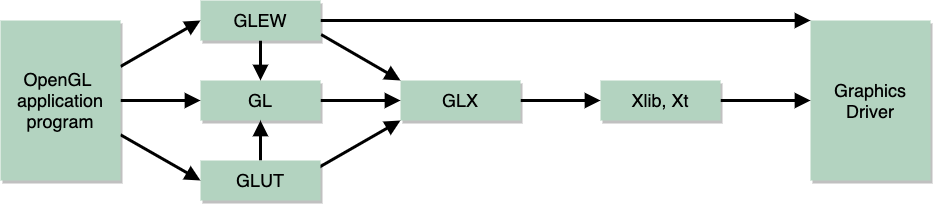
This is CourseWare/images/cg/chap02/ch02-softarch.png from liyi1003zcmu/liyi1003zcmu.github.io, a draw.io export, as it was before one commit. Source tidied: cells renumbered, new cells last; positions are measured from the earlier drawing's top-left corner, leaving out a move shared by most shapes. The source it was exported from:
```xml
<mxGraphModel>
  <root>
    <mxCell id="0" />
    <mxCell id="1" parent="0" />
    <mxCell id="2" style="jettySize=auto;html=1;entryX=1;entryY=0.5;entryDx=0;entryDy=0;fontSize=18;strokeWidth=3;endArrow=block;endFill=1;endSize=8;jumpStyle=arc;shadow=0;sketch=0;rounded=0;" parent="1" edge="1" target="9">
      <mxGeometry relative="1" as="geometry">
        <mxPoint x="120" y="66" as="sourcePoint" />
      </mxGeometry>
    </mxCell>
    <mxCell id="3" style="jettySize=auto;html=1;entryX=1;entryY=0.5;entryDx=0;entryDy=0;fontSize=18;strokeWidth=3;endArrow=block;endFill=1;endSize=8;jumpStyle=arc;shadow=0;sketch=0;rounded=0;" parent="1" edge="1" source="5" target="11">
      <mxGeometry relative="1" as="geometry" />
    </mxCell>
    <mxCell id="4" style="jettySize=auto;html=1;fontSize=18;strokeWidth=3;endArrow=block;endFill=1;endSize=8;jumpStyle=arc;shadow=0;sketch=0;rounded=0;entryX=1;entryY=0.5;entryDx=0;entryDy=0;" parent="1" edge="1" source="5" target="14">
      <mxGeometry relative="1" as="geometry" />
    </mxCell>
    <mxCell id="5" value="OpenGL &lt;br style=&quot;font-size: 18px;&quot;&gt;application&lt;br style=&quot;font-size: 18px;&quot;&gt;program" style="rounded=0;whiteSpace=wrap;html=1;fontSize=18;shadow=1;strokeColor=none;shadow_offset_x=20;shadow_offset_y=20;shadowColor=#69A583;direction=west;fillColor=#B3D3C0;" parent="1" vertex="1">
      <mxGeometry y="20" width="120" height="160" as="geometry" />
    </mxCell>
    <mxCell id="6" style="jettySize=auto;html=1;entryX=1;entryY=1;entryDx=0;entryDy=0;fontSize=18;exitX=-0.005;exitY=0.149;exitDx=0;exitDy=0;exitPerimeter=0;strokeWidth=3;endArrow=block;endFill=1;endSize=8;jumpStyle=arc;shadow=0;sketch=0;rounded=0;" parent="1" edge="1" source="9" target="16">
      <mxGeometry relative="1" as="geometry" />
    </mxCell>
    <mxCell id="7" style="jettySize=auto;html=1;entryX=1;entryY=1;entryDx=0;entryDy=0;fontSize=18;strokeWidth=3;endArrow=block;endFill=1;endSize=8;jumpStyle=arc;shadow=0;sketch=0;rounded=0;" parent="1" edge="1" source="9" target="19">
      <mxGeometry relative="1" as="geometry" />
    </mxCell>
    <mxCell id="8" style="jettySize=auto;html=1;entryX=0.5;entryY=1;entryDx=0;entryDy=0;fontSize=18;strokeWidth=3;endArrow=block;endFill=1;endSize=8;jumpStyle=arc;shadow=0;sketch=0;rounded=0;" parent="1" edge="1" source="9" target="11">
      <mxGeometry relative="1" as="geometry" />
    </mxCell>
    <mxCell id="9" value="GLEW" style="rounded=0;whiteSpace=wrap;html=1;fontSize=18;shadow=1;strokeColor=none;shadow_offset_x=20;shadow_offset_y=20;shadowColor=#69A583;direction=west;fillColor=#B3D3C0;" parent="1" vertex="1">
      <mxGeometry x="200" width="120" height="40" as="geometry" />
    </mxCell>
    <mxCell id="10" style="jettySize=auto;html=1;entryX=1;entryY=0.5;entryDx=0;entryDy=0;fontSize=18;strokeWidth=3;endArrow=block;endFill=1;endSize=8;jumpStyle=arc;shadow=0;sketch=0;rounded=0;" parent="1" edge="1" source="11" target="16">
      <mxGeometry relative="1" as="geometry" />
    </mxCell>
    <mxCell id="11" value="GL" style="rounded=0;whiteSpace=wrap;html=1;fontSize=18;shadow=1;strokeColor=none;shadow_offset_x=20;shadow_offset_y=20;shadowColor=#69A583;direction=west;fillColor=#B3D3C0;" parent="1" vertex="1">
      <mxGeometry x="200" y="80" width="120" height="40" as="geometry" />
    </mxCell>
    <mxCell id="12" style="jettySize=auto;html=1;entryX=1;entryY=0;entryDx=0;entryDy=0;fontSize=18;exitX=0.007;exitY=0.839;exitDx=0;exitDy=0;exitPerimeter=0;strokeWidth=3;endArrow=block;endFill=1;endSize=8;jumpStyle=arc;shadow=0;sketch=0;rounded=0;" parent="1" edge="1" source="14" target="16">
      <mxGeometry relative="1" as="geometry" />
    </mxCell>
    <mxCell id="13" style="jettySize=auto;html=1;entryX=0.5;entryY=0;entryDx=0;entryDy=0;fontSize=18;strokeWidth=3;endArrow=block;endFill=1;endSize=8;jumpStyle=arc;shadow=0;sketch=0;rounded=0;" parent="1" edge="1" source="14" target="11">
      <mxGeometry relative="1" as="geometry" />
    </mxCell>
    <mxCell id="14" value="GLUT" style="rounded=0;whiteSpace=wrap;html=1;fontSize=18;shadow=1;strokeColor=none;shadow_offset_x=20;shadow_offset_y=20;shadowColor=#69A583;direction=west;fillColor=#B3D3C0;" parent="1" vertex="1">
      <mxGeometry x="200" y="160" width="120" height="40" as="geometry" />
    </mxCell>
    <mxCell id="15" style="jettySize=auto;html=1;entryX=1;entryY=0.5;entryDx=0;entryDy=0;fontSize=18;strokeWidth=3;endArrow=block;endFill=1;endSize=8;jumpStyle=arc;shadow=0;sketch=0;rounded=0;" parent="1" edge="1" source="16" target="18">
      <mxGeometry relative="1" as="geometry" />
    </mxCell>
    <mxCell id="16" value="GLX" style="rounded=0;whiteSpace=wrap;html=1;fontSize=18;shadow=1;strokeColor=none;shadow_offset_x=20;shadow_offset_y=20;shadowColor=#69A583;direction=west;fillColor=#B3D3C0;" parent="1" vertex="1">
      <mxGeometry x="400" y="80" width="120" height="40" as="geometry" />
    </mxCell>
    <mxCell id="17" style="jettySize=auto;html=1;entryX=1;entryY=0.5;entryDx=0;entryDy=0;fontSize=18;strokeWidth=3;endArrow=block;endFill=1;endSize=8;jumpStyle=arc;shadow=0;sketch=0;rounded=0;" parent="1" edge="1" source="18" target="19">
      <mxGeometry relative="1" as="geometry" />
    </mxCell>
    <mxCell id="18" value="Xlib, Xt" style="rounded=0;whiteSpace=wrap;html=1;fontSize=18;shadow=1;strokeColor=none;shadow_offset_x=20;shadow_offset_y=20;shadowColor=#69A583;direction=west;fillColor=#B3D3C0;" parent="1" vertex="1">
      <mxGeometry x="600" y="80" width="120" height="40" as="geometry" />
    </mxCell>
    <mxCell id="19" value="Graphics&lt;br&gt;Driver" style="rounded=0;whiteSpace=wrap;html=1;fontSize=18;shadow=1;strokeColor=none;shadow_offset_x=20;shadow_offset_y=20;shadowColor=#69A583;direction=west;fillColor=#B3D3C0;" parent="1" vertex="1">
      <mxGeometry x="810" y="20" width="120" height="160" as="geometry" />
    </mxCell>
  </root>
</mxGraphModel>
```
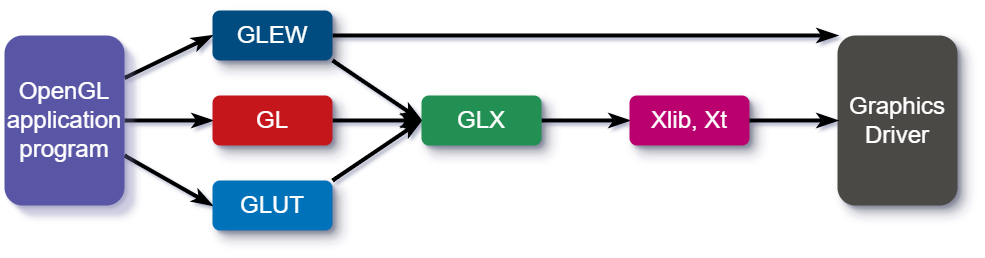
Above is the later version.

What changed in the source:
```diff
@@ -2,61 +2,53 @@
   <root>
     <mxCell id="0" />
     <mxCell id="1" parent="0" />
-    <mxCell id="2" style="jettySize=auto;html=1;entryX=1;entryY=0.5;entryDx=0;entryDy=0;fontSize=18;strokeWidth=3;endArrow=block;endFill=1;endSize=8;jumpStyle=arc;shadow=0;sketch=0;rounded=0;" parent="1" edge="1" target="9">
-      <mxGeometry relative="1" as="geometry">
-        <mxPoint x="120" y="66" as="sourcePoint" />
-      </mxGeometry>
-    </mxCell>
+    <mxCell id="4" style="edgeStyle=none;curved=1;rounded=0;jettySize=auto;html=1;entryX=0;entryY=0.5;entryDx=0;entryDy=0;fontSize=24;startSize=8;endSize=8;exitX=1;exitY=0.706;exitDx=0;exitDy=0;exitPerimeter=0;strokeWidth=4;sourcePerimeterSpacing=0;fontColor=#FFFFFF;endArrow=classicThin;endFill=0;" parent="1" edge="1" source="5" target="14">
+      <mxGeometry relative="1" as="geometry" />
+    </mxCell>
-    <mxCell id="3" style="jettySize=auto;html=1;entryX=1;entryY=0.5;entryDx=0;entryDy=0;fontSize=18;strokeWidth=3;endArrow=block;endFill=1;endSize=8;jumpStyle=arc;shadow=0;sketch=0;rounded=0;" parent="1" edge="1" source="5" target="11">
+    <mxCell id="3" style="edgeStyle=none;curved=1;rounded=0;jettySize=auto;html=1;entryX=0;entryY=0.5;entryDx=0;entryDy=0;fontSize=24;startSize=8;endSize=8;exitX=1;exitY=0.5;exitDx=0;exitDy=0;strokeWidth=4;sourcePerimeterSpacing=0;fontColor=#FFFFFF;endArrow=classicThin;endFill=0;" parent="1" edge="1" source="5" target="11">
       <mxGeometry relative="1" as="geometry" />
     </mxCell>
-    <mxCell id="4" style="jettySize=auto;html=1;fontSize=18;strokeWidth=3;endArrow=block;endFill=1;endSize=8;jumpStyle=arc;shadow=0;sketch=0;rounded=0;entryX=1;entryY=0.5;entryDx=0;entryDy=0;" parent="1" edge="1" source="5" target="14">
-      <mxGeometry relative="1" as="geometry" />
-    </mxCell>
-    <mxCell id="5" value="OpenGL &lt;br style=&quot;font-size: 18px;&quot;&gt;application&lt;br style=&quot;font-size: 18px;&quot;&gt;program" style="rounded=0;whiteSpace=wrap;html=1;fontSize=18;shadow=1;strokeColor=none;shadow_offset_x=20;shadow_offset_y=20;shadowColor=#69A583;direction=west;fillColor=#B3D3C0;" parent="1" vertex="1">
-      <mxGeometry y="20" width="120" height="160" as="geometry" />
-    </mxCell>
+    <mxCell id="20" style="edgeStyle=none;curved=1;rounded=0;jettySize=auto;html=1;entryX=0;entryY=0.5;entryDx=0;entryDy=0;fontSize=24;startSize=8;endSize=8;exitX=1;exitY=0.25;exitDx=0;exitDy=0;strokeWidth=4;sourcePerimeterSpacing=0;fontColor=#FFFFFF;endArrow=classicThin;endFill=0;" parent="1" edge="1" source="5" target="9">
+      <mxGeometry relative="1" as="geometry" />
+    </mxCell>
-    <mxCell id="6" style="jettySize=auto;html=1;entryX=1;entryY=1;entryDx=0;entryDy=0;fontSize=18;exitX=-0.005;exitY=0.149;exitDx=0;exitDy=0;exitPerimeter=0;strokeWidth=3;endArrow=block;endFill=1;endSize=8;jumpStyle=arc;shadow=0;sketch=0;rounded=0;" parent="1" edge="1" source="9" target="16">
+    <mxCell id="6" style="edgeStyle=none;curved=1;rounded=0;jettySize=auto;html=1;entryX=0;entryY=0.5;entryDx=0;entryDy=0;fontSize=24;startSize=8;endSize=8;exitX=1;exitY=1;exitDx=0;exitDy=0;strokeWidth=4;sourcePerimeterSpacing=0;fontColor=#FFFFFF;endArrow=classicThin;endFill=0;" parent="1" edge="1" source="9" target="16">
       <mxGeometry relative="1" as="geometry" />
     </mxCell>
-    <mxCell id="7" style="jettySize=auto;html=1;entryX=1;entryY=1;entryDx=0;entryDy=0;fontSize=18;strokeWidth=3;endArrow=block;endFill=1;endSize=8;jumpStyle=arc;shadow=0;sketch=0;rounded=0;" parent="1" edge="1" source="9" target="19">
+    <mxCell id="7" style="edgeStyle=none;curved=1;rounded=0;jettySize=auto;html=1;fontSize=24;startSize=8;endSize=8;entryX=0;entryY=0;entryDx=0;entryDy=0;strokeWidth=4;sourcePerimeterSpacing=0;fontColor=#FFFFFF;endArrow=classicThin;endFill=0;" parent="1" edge="1" source="9" target="19">
       <mxGeometry relative="1" as="geometry" />
     </mxCell>
-    <mxCell id="8" style="jettySize=auto;html=1;entryX=0.5;entryY=1;entryDx=0;entryDy=0;fontSize=18;strokeWidth=3;endArrow=block;endFill=1;endSize=8;jumpStyle=arc;shadow=0;sketch=0;rounded=0;" parent="1" edge="1" source="9" target="11">
-      <mxGeometry relative="1" as="geometry" />
-    </mxCell>
-    <mxCell id="9" value="GLEW" style="rounded=0;whiteSpace=wrap;html=1;fontSize=18;shadow=1;strokeColor=none;shadow_offset_x=20;shadow_offset_y=20;shadowColor=#69A583;direction=west;fillColor=#B3D3C0;" parent="1" vertex="1">
-      <mxGeometry x="200" width="120" height="40" as="geometry" />
+    <mxCell id="9" value="GLEW" style="rounded=1;whiteSpace=wrap;html=1;fontSize=24;strokeWidth=1;fillColor=#014c80;fontColor=#FFFFFF;strokeColor=none;shadow=1;shadowOpacity=30;shadowOffsetX=7;shadowOffsetY=7;shadowBlur=5;" parent="1" vertex="1">
+      <mxGeometry x="-299" y="-86" width="120" height="50" as="geometry" />
     </mxCell>
-    <mxCell id="10" style="jettySize=auto;html=1;entryX=1;entryY=0.5;entryDx=0;entryDy=0;fontSize=18;strokeWidth=3;endArrow=block;endFill=1;endSize=8;jumpStyle=arc;shadow=0;sketch=0;rounded=0;" parent="1" edge="1" source="11" target="16">
+    <mxCell id="10" style="edgeStyle=none;curved=1;rounded=0;jettySize=auto;html=1;entryX=0;entryY=0.5;entryDx=0;entryDy=0;fontSize=24;startSize=8;endSize=8;strokeWidth=4;sourcePerimeterSpacing=0;fontColor=#FFFFFF;endArrow=classicThin;endFill=0;" parent="1" edge="1" source="11" target="16">
       <mxGeometry relative="1" as="geometry" />
     </mxCell>
-    <mxCell id="11" value="GL" style="rounded=0;whiteSpace=wrap;html=1;fontSize=18;shadow=1;strokeColor=none;shadow_offset_x=20;shadow_offset_y=20;shadowColor=#69A583;direction=west;fillColor=#B3D3C0;" parent="1" vertex="1">
-      <mxGeometry x="200" y="80" width="120" height="40" as="geometry" />
+    <mxCell id="11" value="GL" style="rounded=1;whiteSpace=wrap;html=1;fontSize=24;strokeWidth=1;fillColor=#c5141c;fontColor=#FFFFFF;strokeColor=none;shadow=1;shadowOpacity=30;shadowOffsetX=7;shadowOffsetY=7;shadowBlur=5;" parent="1" vertex="1">
+      <mxGeometry x="-299" y="-1" width="120" height="50" as="geometry" />
     </mxCell>
-    <mxCell id="12" style="jettySize=auto;html=1;entryX=1;entryY=0;entryDx=0;entryDy=0;fontSize=18;exitX=0.007;exitY=0.839;exitDx=0;exitDy=0;exitPerimeter=0;strokeWidth=3;endArrow=block;endFill=1;endSize=8;jumpStyle=arc;shadow=0;sketch=0;rounded=0;" parent="1" edge="1" source="14" target="16">
+    <mxCell id="12" style="edgeStyle=none;curved=1;rounded=0;jettySize=auto;html=1;entryX=0;entryY=0.5;entryDx=0;entryDy=0;fontSize=24;startSize=8;endSize=8;exitX=1;exitY=0;exitDx=0;exitDy=0;strokeWidth=4;sourcePerimeterSpacing=0;fontColor=#FFFFFF;endArrow=classicThin;endFill=0;" parent="1" edge="1" source="14" target="16">
       <mxGeometry relative="1" as="geometry" />
     </mxCell>
-    <mxCell id="13" style="jettySize=auto;html=1;entryX=0.5;entryY=0;entryDx=0;entryDy=0;fontSize=18;strokeWidth=3;endArrow=block;endFill=1;endSize=8;jumpStyle=arc;shadow=0;sketch=0;rounded=0;" parent="1" edge="1" source="14" target="11">
-      <mxGeometry relative="1" as="geometry" />
-    </mxCell>
-    <mxCell id="14" value="GLUT" style="rounded=0;whiteSpace=wrap;html=1;fontSize=18;shadow=1;strokeColor=none;shadow_offset_x=20;shadow_offset_y=20;shadowColor=#69A583;direction=west;fillColor=#B3D3C0;" parent="1" vertex="1">
-      <mxGeometry x="200" y="160" width="120" height="40" as="geometry" />
+    <mxCell id="14" value="GLUT" style="rounded=1;whiteSpace=wrap;html=1;fontSize=24;strokeWidth=1;fillColor=#0072ba;fontColor=#FFFFFF;strokeColor=none;shadow=1;shadowOpacity=30;shadowOffsetX=7;shadowOffsetY=7;shadowBlur=5;" parent="1" vertex="1">
+      <mxGeometry x="-299" y="84" width="120" height="50" as="geometry" />
     </mxCell>
-    <mxCell id="15" style="jettySize=auto;html=1;entryX=1;entryY=0.5;entryDx=0;entryDy=0;fontSize=18;strokeWidth=3;endArrow=block;endFill=1;endSize=8;jumpStyle=arc;shadow=0;sketch=0;rounded=0;" parent="1" edge="1" source="16" target="18">
+    <mxCell id="15" style="edgeStyle=none;curved=1;rounded=0;jettySize=auto;html=1;fontSize=24;startSize=8;endSize=8;strokeWidth=4;sourcePerimeterSpacing=0;fontColor=#FFFFFF;endArrow=classicThin;endFill=0;" parent="1" edge="1" source="16" target="18">
       <mxGeometry relative="1" as="geometry" />
     </mxCell>
-    <mxCell id="16" value="GLX" style="rounded=0;whiteSpace=wrap;html=1;fontSize=18;shadow=1;strokeColor=none;shadow_offset_x=20;shadow_offset_y=20;shadowColor=#69A583;direction=west;fillColor=#B3D3C0;" parent="1" vertex="1">
-      <mxGeometry x="400" y="80" width="120" height="40" as="geometry" />
+    <mxCell id="16" value="GLX" style="rounded=1;whiteSpace=wrap;html=1;fontSize=24;strokeWidth=1;fillColor=#229053;fontColor=#FFFFFF;strokeColor=none;shadow=1;shadowOpacity=30;shadowOffsetX=7;shadowOffsetY=7;shadowBlur=5;" parent="1" vertex="1">
+      <mxGeometry x="-90" y="-1" width="120" height="50" as="geometry" />
     </mxCell>
-    <mxCell id="17" style="jettySize=auto;html=1;entryX=1;entryY=0.5;entryDx=0;entryDy=0;fontSize=18;strokeWidth=3;endArrow=block;endFill=1;endSize=8;jumpStyle=arc;shadow=0;sketch=0;rounded=0;" parent="1" edge="1" source="18" target="19">
-      <mxGeometry relative="1" as="geometry" />
-    </mxCell>
-    <mxCell id="18" value="Xlib, Xt" style="rounded=0;whiteSpace=wrap;html=1;fontSize=18;shadow=1;strokeColor=none;shadow_offset_x=20;shadow_offset_y=20;shadowColor=#69A583;direction=west;fillColor=#B3D3C0;" parent="1" vertex="1">
-      <mxGeometry x="600" y="80" width="120" height="40" as="geometry" />
+    <mxCell id="18" value="Xlib, Xt" style="rounded=1;whiteSpace=wrap;html=1;fontSize=24;strokeWidth=1;fillColor=#b9006e;fontColor=#FFFFFF;strokeColor=none;shadow=1;shadowOpacity=30;shadowOffsetX=7;shadowOffsetY=7;shadowBlur=5;" parent="1" vertex="1">
+      <mxGeometry x="118" y="-1" width="120" height="50" as="geometry" />
     </mxCell>
-    <mxCell id="19" value="Graphics&lt;br&gt;Driver" style="rounded=0;whiteSpace=wrap;html=1;fontSize=18;shadow=1;strokeColor=none;shadow_offset_x=20;shadow_offset_y=20;shadowColor=#69A583;direction=west;fillColor=#B3D3C0;" parent="1" vertex="1">
-      <mxGeometry x="810" y="20" width="120" height="160" as="geometry" />
+    <mxCell id="19" value="Graphics Driver" style="rounded=1;whiteSpace=wrap;html=1;fontSize=24;strokeWidth=1;fillColor=#4b4a45;fontColor=#FFFFFF;strokeColor=none;shadow=1;shadowOpacity=30;shadowOffsetX=7;shadowOffsetY=7;shadowBlur=5;" parent="1" vertex="1">
+      <mxGeometry x="326" y="-61" width="120" height="170" as="geometry" />
     </mxCell>
+    <mxCell id="17" style="edgeStyle=none;curved=1;rounded=0;jettySize=auto;html=1;entryX=0;entryY=0.5;entryDx=0;entryDy=0;fontSize=24;startSize=8;endSize=8;strokeWidth=4;sourcePerimeterSpacing=0;fontColor=#FFFFFF;endArrow=classicThin;endFill=0;" parent="1" edge="1" source="18" target="19">
+      <mxGeometry relative="1" as="geometry" />
+    </mxCell>
+    <mxCell id="5" value="OpenGL&lt;div style=&quot;font-size: 24px;&quot;&gt;application&lt;/div&gt;&lt;div style=&quot;font-size: 24px;&quot;&gt;program&lt;/div&gt;" style="rounded=1;whiteSpace=wrap;html=1;fontSize=24;strokeWidth=1;fillColor=#5a57a6;strokeColor=none;fontColor=#FFFFFF;shadow=1;shadowOpacity=30;shadowOffsetX=10;shadowOffsetY=10;shadowBlur=2;shadowColor=#8F8BC0;linecap=round;" parent="1" vertex="1">
+      <mxGeometry x="-507" y="-61" width="120" height="170" as="geometry" />
+    </mxCell>
   </root>
 </mxGraphModel>
```
